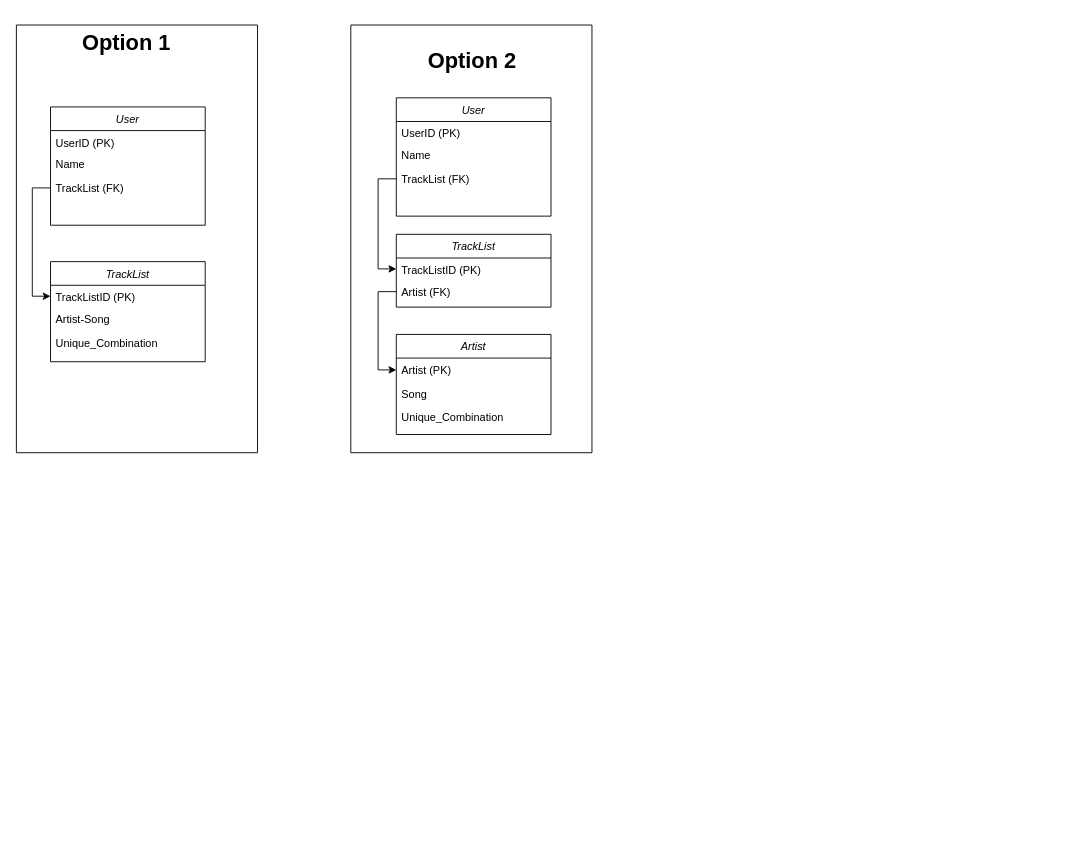
Earlier version of the draw.io diagram TrackListDiagram.drawio (C0baltt/Course_project). Source tidied: cells renumbered, new cells numbered last; positions are measured from the earlier drawing's top-left corner, leaving out a move shared by most shapes. Both pictures are drawn from the tidied source at 91%, with x=0, y=0 at pixel (15, 25).
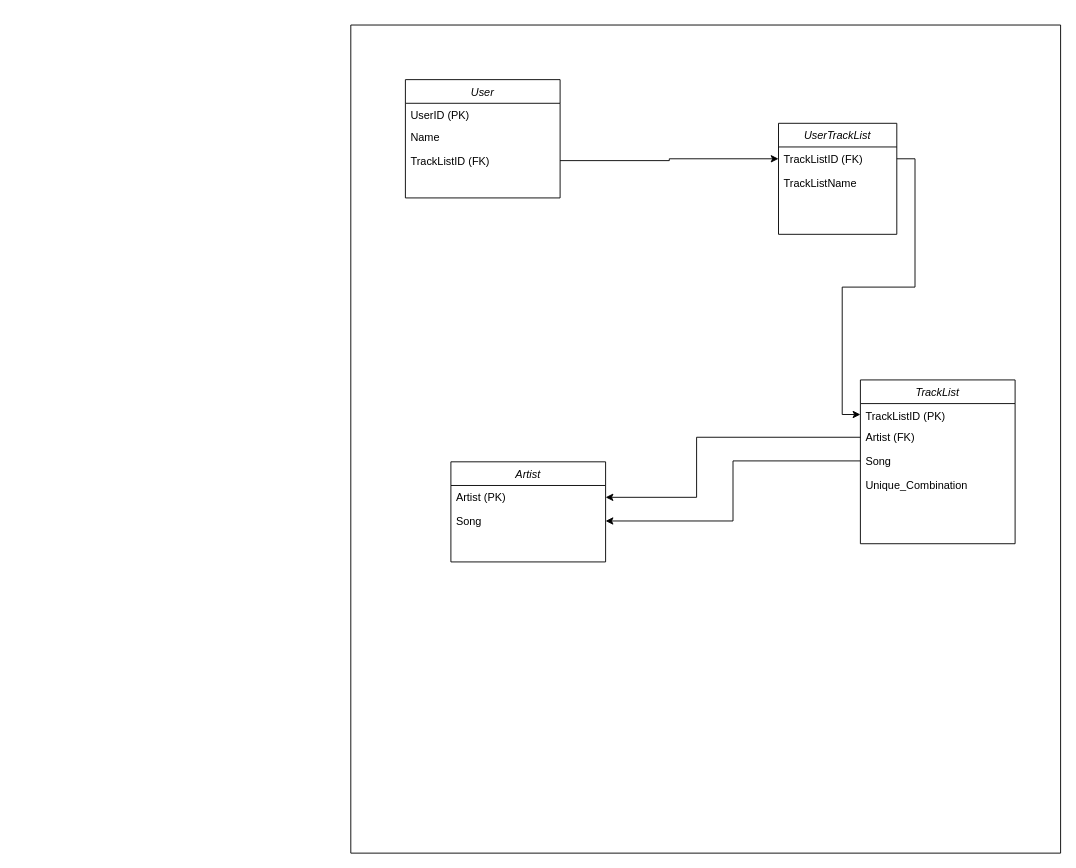
After the change.

Commit message:
Changed database diagram

The change refers to these unchanged cells:
```xml
<mxCell id="16" value="TrackListID (PK)" style="text;align=left;verticalAlign=top;spacingLeft=4;spacingRight=4;overflow=hidden;points=[[0,0.5],[1,0.5]];portConstraint=eastwest;" parent="15" vertex="1">
  <mxGeometry y="26" width="170" height="24" as="geometry" />
</mxCell>
<mxCell id="17" value="Artist (FK)" style="text;align=left;verticalAlign=top;spacingLeft=4;spacingRight=4;overflow=hidden;points=[[0,0.5],[1,0.5]];portConstraint=eastwest;" parent="15" vertex="1">
  <mxGeometry y="50" width="170" height="26" as="geometry" />
</mxCell>
<mxCell id="20" value="Artist (PK)" style="text;align=left;verticalAlign=top;spacingLeft=4;spacingRight=4;overflow=hidden;points=[[0,0.5],[1,0.5]];portConstraint=eastwest;" parent="19" vertex="1">
  <mxGeometry y="26" width="170" height="26" as="geometry" />
</mxCell>
<mxCell id="21" value="Song" style="text;align=left;verticalAlign=top;spacingLeft=4;spacingRight=4;overflow=hidden;points=[[0,0.5],[1,0.5]];portConstraint=eastwest;rounded=0;shadow=0;html=0;" parent="19" vertex="1">
  <mxGeometry y="52" width="170" height="26" as="geometry" />
</mxCell>
```

What changed in the source:
```diff
@@
-    <mxCell id="2" value="User" style="swimlane;fontStyle=2;align=center;verticalAlign=top;horizontal=1;startSize=26;rounded=0;shadow=0;strokeWidth=1;" parent="1" vertex="1">
-      <mxGeometry x="38" y="90" width="170" height="130" as="geometry" />
-    </mxCell>
-    <mxCell id="3" value="UserID (PK)" style="text;align=left;verticalAlign=top;spacingLeft=4;spacingRight=4;overflow=hidden;" parent="2" vertex="1">
-      <mxGeometry y="26" width="170" height="24" as="geometry" />
-    </mxCell>
-    <mxCell id="4" value="Name" style="text;align=left;verticalAlign=top;spacingLeft=4;spacingRight=4;overflow=hidden;" parent="2" vertex="1">
-      <mxGeometry y="50" width="170" height="26" as="geometry" />
-    </mxCell>
-    <mxCell id="5" value="TrackList (FK)" style="text;align=left;verticalAlign=top;spacingLeft=4;spacingRight=4;overflow=hidden;points=[[0,0.5],[1,0.5]];portConstraint=eastwest;rounded=0;shadow=0;html=0;" parent="2" vertex="1">
-      <mxGeometry y="76" width="170" height="26" as="geometry" />
-    </mxCell>
-    <mxCell id="6" value="TrackList" style="swimlane;fontStyle=2;align=center;verticalAlign=top;horizontal=1;startSize=26;rounded=0;shadow=0;strokeWidth=1;" parent="1" vertex="1">
-      <mxGeometry x="38" y="260" width="170" height="110" as="geometry" />
-    </mxCell>
-    <mxCell id="7" value="TrackListID (PK)" style="text;align=left;verticalAlign=top;spacingLeft=4;spacingRight=4;overflow=hidden;points=[[0,0.5],[1,0.5]];portConstraint=eastwest;" parent="6" vertex="1">
-      <mxGeometry y="26" width="170" height="24" as="geometry" />
-    </mxCell>
-    <mxCell id="8" value="Artist-Song" style="text;align=left;verticalAlign=top;spacingLeft=4;spacingRight=4;overflow=hidden;" parent="6" vertex="1">
-      <mxGeometry y="50" width="170" height="26" as="geometry" />
-    </mxCell>
-    <mxCell id="9" value="Unique_Combination" style="text;align=left;verticalAlign=top;spacingLeft=4;spacingRight=4;overflow=hidden;" parent="6" vertex="1">
-      <mxGeometry y="76" width="170" height="26" as="geometry" />
-    </mxCell>
-    <mxCell id="10" style="edgeStyle=orthogonalEdgeStyle;rounded=0;jettySize=auto;html=1;exitX=0;exitY=0.5;exitDx=0;exitDy=0;entryX=0;entryY=0.5;entryDx=0;entryDy=0;" parent="1" edge="1" source="5" target="7">
-      <mxGeometry relative="1" as="geometry" />
-    </mxCell>
+    <mxCell id="25" style="swimlane;startSize=0;" parent="1" vertex="1">
+      <mxGeometry x="368" width="780" height="910" as="geometry" />
+    </mxCell>
-    <mxCell id="11" value="User" style="swimlane;fontStyle=2;align=center;verticalAlign=top;horizontal=1;startSize=26;rounded=0;shadow=0;strokeWidth=1;" parent="1" vertex="1">
-      <mxGeometry x="418" y="80" width="170" height="130" as="geometry" />
+    <mxCell id="11" value="User" style="swimlane;fontStyle=2;align=center;verticalAlign=top;horizontal=1;startSize=26;rounded=0;shadow=0;strokeWidth=1;" parent="25" vertex="1">
+      <mxGeometry x="60" y="60" width="170" height="130" as="geometry" />
     </mxCell>
@@
-    <mxCell id="14" value="TrackList (FK)" style="text;align=left;verticalAlign=top;spacingLeft=4;spacingRight=4;overflow=hidden;points=[[0,0.5],[1,0.5]];portConstraint=eastwest;rounded=0;shadow=0;html=0;" parent="11" vertex="1">
+    <mxCell id="14" value="TrackListID (FK)" style="text;align=left;verticalAlign=top;spacingLeft=4;spacingRight=4;overflow=hidden;points=[[0,0.5],[1,0.5]];portConstraint=eastwest;rounded=0;shadow=0;html=0;" parent="11" vertex="1">
       <mxGeometry y="76" width="170" height="26" as="geometry" />
     </mxCell>
-    <mxCell id="15" value="TrackList" style="swimlane;fontStyle=2;align=center;verticalAlign=top;horizontal=1;startSize=26;rounded=0;shadow=0;strokeWidth=1;" parent="1" vertex="1">
-      <mxGeometry x="418" y="230" width="170" height="80" as="geometry" />
+    <mxCell id="15" value="TrackList" style="swimlane;fontStyle=2;align=center;verticalAlign=top;horizontal=1;startSize=26;rounded=0;shadow=0;strokeWidth=1;" parent="25" vertex="1">
+      <mxGeometry x="560" y="390" width="170" height="180" as="geometry" />
     </mxCell>
@@
-    <mxCell id="18" style="edgeStyle=orthogonalEdgeStyle;rounded=0;jettySize=auto;html=1;exitX=0;exitY=0.5;exitDx=0;exitDy=0;entryX=0;entryY=0.5;entryDx=0;entryDy=0;" parent="1" edge="1" source="14" target="16">
-      <mxGeometry relative="1" as="geometry" />
-    </mxCell>
+    <mxCell id="28" value="Song" style="text;align=left;verticalAlign=top;spacingLeft=4;spacingRight=4;overflow=hidden;points=[[0,0.5],[1,0.5]];portConstraint=eastwest;rounded=0;shadow=0;html=0;" parent="15" vertex="1">
+      <mxGeometry y="76" width="170" height="26" as="geometry" />
+    </mxCell>
+    <mxCell id="22" value="Unique_Combination" style="text;align=left;verticalAlign=top;spacingLeft=4;spacingRight=4;overflow=hidden;" parent="15" vertex="1">
+      <mxGeometry y="102" width="170" height="26" as="geometry" />
+    </mxCell>
-    <mxCell id="19" value="Artist" style="swimlane;fontStyle=2;align=center;verticalAlign=top;horizontal=1;startSize=26;rounded=0;shadow=0;strokeWidth=1;" parent="1" vertex="1">
-      <mxGeometry x="418" y="340" width="170" height="110" as="geometry" />
+    <mxCell id="19" value="Artist" style="swimlane;fontStyle=2;align=center;verticalAlign=top;horizontal=1;startSize=26;rounded=0;shadow=0;strokeWidth=1;" parent="25" vertex="1">
+      <mxGeometry x="110" y="480" width="170" height="110" as="geometry" />
     </mxCell>
@@
-    <mxCell id="22" value="Unique_Combination" style="text;align=left;verticalAlign=top;spacingLeft=4;spacingRight=4;overflow=hidden;" parent="19" vertex="1">
-      <mxGeometry y="78" width="170" height="26" as="geometry" />
-    </mxCell>
-    <mxCell id="23" style="edgeStyle=orthogonalEdgeStyle;rounded=0;jettySize=auto;html=1;exitX=0;exitY=0.5;exitDx=0;exitDy=0;entryX=0;entryY=0.5;entryDx=0;entryDy=0;" parent="1" edge="1" source="17" target="20">
-      <mxGeometry relative="1" as="geometry" />
+    <mxCell id="23" style="edgeStyle=orthogonalEdgeStyle;rounded=0;jettySize=auto;html=1;exitX=0;exitY=0.5;exitDx=0;exitDy=0;entryX=1;entryY=0.5;entryDx=0;entryDy=0;" parent="25" edge="1" source="17" target="20">
+      <mxGeometry relative="1" as="geometry">
+        <Array as="points">
+          <mxPoint x="380" y="453" />
+          <mxPoint x="380" y="519" />
+        </Array>
+      </mxGeometry>
     </mxCell>
-    <mxCell id="24" value="&lt;h1&gt;Option 1&lt;/h1&gt;" style="text;html=1;strokeColor=none;fillColor=none;spacing=5;spacingTop=-20;whiteSpace=wrap;overflow=hidden;rounded=0;" parent="1" vertex="1">
-      <mxGeometry x="68" width="110" height="40" as="geometry" />
-    </mxCell>
-    <mxCell id="25" style="swimlane;startSize=0;" parent="1" vertex="1">
-      <mxGeometry x="368" width="265" height="470" as="geometry" />
-    </mxCell>
-    <mxCell id="26" value="&lt;h1&gt;Option 2&lt;/h1&gt;" style="text;html=1;strokeColor=none;fillColor=none;spacing=5;spacingTop=-20;whiteSpace=wrap;overflow=hidden;rounded=0;" parent="25" vertex="1">
-      <mxGeometry x="80" y="20" width="110" height="40" as="geometry" />
-    </mxCell>
-    <mxCell id="27" style="swimlane;startSize=0;" parent="1" vertex="1">
-      <mxGeometry x="0.5" width="265" height="470" as="geometry" />
-    </mxCell>
+    <mxCell id="29" value="UserTrackList" style="swimlane;fontStyle=2;align=center;verticalAlign=top;horizontal=1;startSize=26;rounded=0;shadow=0;strokeWidth=1;" parent="25" vertex="1">
+      <mxGeometry x="470" y="108" width="130" height="122" as="geometry" />
+    </mxCell>
+    <mxCell id="30" value="TrackListID (FK)" style="text;align=left;verticalAlign=top;spacingLeft=4;spacingRight=4;overflow=hidden;points=[[0,0.5],[1,0.5]];portConstraint=eastwest;rounded=0;shadow=0;html=0;" parent="29" vertex="1">
+      <mxGeometry y="26" width="130" height="26" as="geometry" />
+    </mxCell>
+    <mxCell id="31" value="TrackListName" style="text;align=left;verticalAlign=top;spacingLeft=4;spacingRight=4;overflow=hidden;" parent="29" vertex="1">
+      <mxGeometry y="52" width="130" height="26" as="geometry" />
+    </mxCell>
+    <mxCell id="32" style="edgeStyle=orthogonalEdgeStyle;rounded=0;jettySize=auto;html=1;entryX=0;entryY=0.5;entryDx=0;entryDy=0;" parent="25" edge="1" source="14" target="30">
+      <mxGeometry relative="1" as="geometry" />
+    </mxCell>
+    <mxCell id="33" style="edgeStyle=orthogonalEdgeStyle;rounded=0;jettySize=auto;html=1;" parent="25" edge="1" source="30" target="16">
+      <mxGeometry relative="1" as="geometry" />
+    </mxCell>
+    <mxCell id="34" style="edgeStyle=orthogonalEdgeStyle;rounded=0;jettySize=auto;html=1;entryX=1;entryY=0.5;entryDx=0;entryDy=0;" parent="25" edge="1" source="28" target="21">
+      <mxGeometry relative="1" as="geometry" />
+    </mxCell>
```
